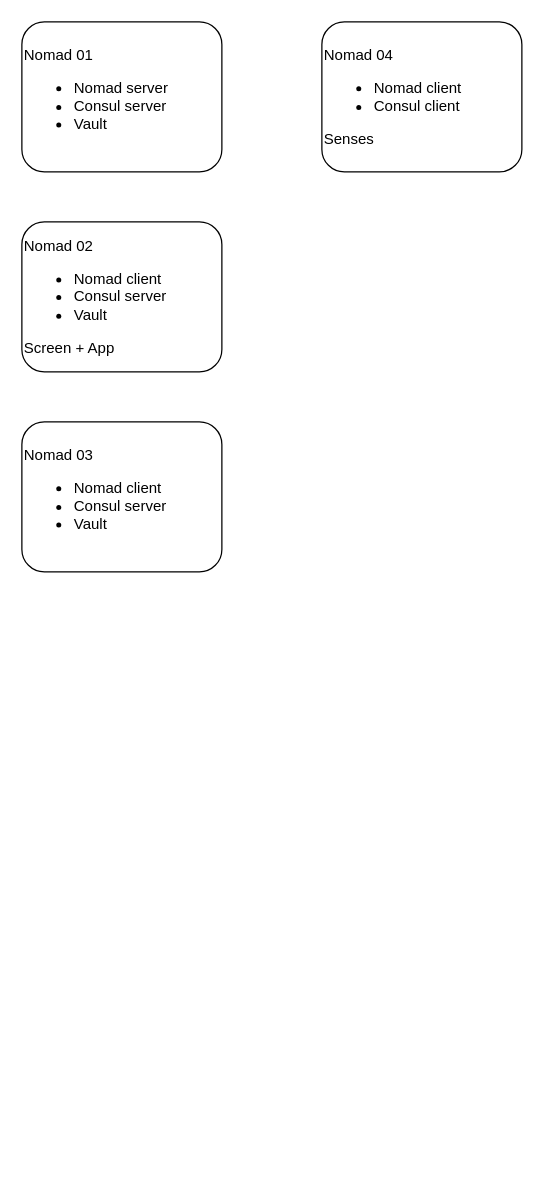
Above: img/MyNomad_Architecture.drawio in alexsola/MyNomad (draw.io), before the change. Source tidied: cells renumbered, new cells numbered last; positions are measured from the earlier drawing's top-left corner, leaving out a move shared by most shapes. Both pictures are drawn from the tidied source at 125%, with x=0, y=0 at pixel (21, 21).
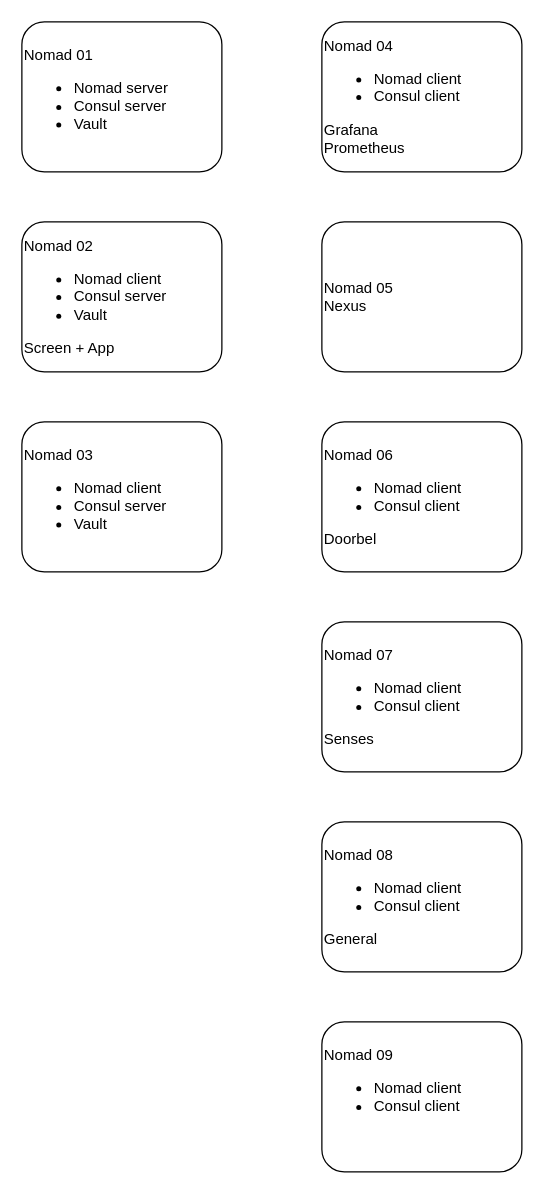
The same page after the edit.

Diff of the diagram source:
```diff
@@
 <mxGraphModel>
   <root>
     <mxCell id="0" />
     <mxCell id="1" parent="0" />
     <mxCell id="2" value="&lt;div align=&quot;left&quot;&gt;Nomad 01&lt;/div&gt;&lt;div align=&quot;left&quot;&gt;&lt;ul&gt;&lt;li&gt;Nomad server&lt;/li&gt;&lt;li&gt;Consul server&lt;/li&gt;&lt;li&gt;Vault&lt;br&gt;&lt;/li&gt;&lt;/ul&gt;&lt;/div&gt;" style="rounded=1;whiteSpace=wrap;html=1;align=left;" parent="1" vertex="1">
       <mxGeometry width="160" height="120" as="geometry" />
     </mxCell>
     <mxCell id="3" value="&lt;div align=&quot;left&quot;&gt;Nomad 02&lt;/div&gt;&lt;div align=&quot;left&quot;&gt;&lt;ul&gt;&lt;li&gt;Nomad client&lt;/li&gt;&lt;li&gt;Consul server&lt;/li&gt;&lt;li&gt;Vault&lt;/li&gt;&lt;/ul&gt;&lt;div&gt;Screen + App&lt;br&gt;&lt;/div&gt;&lt;/div&gt;" style="rounded=1;whiteSpace=wrap;html=1;align=left;" parent="1" vertex="1">
       <mxGeometry y="160" width="160" height="120" as="geometry" />
     </mxCell>
     <mxCell id="4" value="&lt;div align=&quot;left&quot;&gt;Nomad 03&lt;/div&gt;&lt;div align=&quot;left&quot;&gt;&lt;ul&gt;&lt;li&gt;Nomad client&lt;/li&gt;&lt;li&gt;Consul server&lt;/li&gt;&lt;li&gt;Vault&lt;br&gt;&lt;/li&gt;&lt;/ul&gt;&lt;/div&gt;" style="rounded=1;whiteSpace=wrap;html=1;align=left;" parent="1" vertex="1">
       <mxGeometry y="320" width="160" height="120" as="geometry" />
     </mxCell>
-    <mxCell id="5" value="&lt;div align=&quot;left&quot;&gt;Nomad 04&lt;/div&gt;&lt;div align=&quot;left&quot;&gt;&lt;ul&gt;&lt;li&gt;Nomad client&lt;/li&gt;&lt;li&gt;Consul client&lt;/li&gt;&lt;/ul&gt;&lt;div&gt;Senses&lt;br&gt;&lt;/div&gt;&lt;/div&gt;" style="rounded=1;whiteSpace=wrap;html=1;align=left;" parent="1" vertex="1">
+    <mxCell id="5" value="&lt;div align=&quot;left&quot;&gt;Nomad 04&lt;/div&gt;&lt;div align=&quot;left&quot;&gt;&lt;ul&gt;&lt;li&gt;Nomad client&lt;/li&gt;&lt;li&gt;Consul client&lt;/li&gt;&lt;/ul&gt;&lt;div&gt;Grafana&lt;/div&gt;&lt;div&gt;Prometheus&lt;br&gt;&lt;/div&gt;&lt;/div&gt;" style="rounded=1;whiteSpace=wrap;html=1;align=left;" parent="1" vertex="1">
       <mxGeometry x="240" width="160" height="120" as="geometry" />
     </mxCell>
+    <mxCell id="6" value="&lt;div align=&quot;left&quot;&gt;Nomad 05&lt;div&gt;Nexus&lt;br&gt;&lt;/div&gt;&lt;/div&gt;" style="rounded=1;whiteSpace=wrap;html=1;align=left;" parent="1" vertex="1">
+      <mxGeometry x="240" y="160" width="160" height="120" as="geometry" />
+    </mxCell>
+    <mxCell id="7" value="&lt;div align=&quot;left&quot;&gt;Nomad 06&lt;/div&gt;&lt;div align=&quot;left&quot;&gt;&lt;ul&gt;&lt;li&gt;Nomad client&lt;/li&gt;&lt;li&gt;Consul client&lt;/li&gt;&lt;/ul&gt;&lt;div&gt;Doorbel&lt;br&gt;&lt;/div&gt;&lt;/div&gt;" style="rounded=1;whiteSpace=wrap;html=1;align=left;" parent="1" vertex="1">
+      <mxGeometry x="240" y="320" width="160" height="120" as="geometry" />
+    </mxCell>
+    <mxCell id="8" value="&lt;div align=&quot;left&quot;&gt;Nomad 07&lt;/div&gt;&lt;div align=&quot;left&quot;&gt;&lt;ul&gt;&lt;li&gt;Nomad client&lt;/li&gt;&lt;li&gt;Consul client&lt;/li&gt;&lt;/ul&gt;&lt;div&gt;Senses&lt;br&gt;&lt;/div&gt;&lt;/div&gt;" style="rounded=1;whiteSpace=wrap;html=1;align=left;" parent="1" vertex="1">
+      <mxGeometry x="240" y="480" width="160" height="120" as="geometry" />
+    </mxCell>
+    <mxCell id="9" value="&lt;div align=&quot;left&quot;&gt;Nomad 08&lt;/div&gt;&lt;div align=&quot;left&quot;&gt;&lt;ul&gt;&lt;li&gt;Nomad client&lt;/li&gt;&lt;li&gt;Consul client&lt;/li&gt;&lt;/ul&gt;&lt;div&gt;General&lt;br&gt;&lt;/div&gt;&lt;/div&gt;" style="rounded=1;whiteSpace=wrap;html=1;align=left;" parent="1" vertex="1">
+      <mxGeometry x="240" y="640" width="160" height="120" as="geometry" />
+    </mxCell>
+    <mxCell id="10" value="&lt;div align=&quot;left&quot;&gt;Nomad 09&lt;/div&gt;&lt;div align=&quot;left&quot;&gt;&lt;ul&gt;&lt;li&gt;Nomad client&lt;/li&gt;&lt;li&gt;Consul client&lt;/li&gt;&lt;/ul&gt;&lt;div&gt;&lt;br&gt;&lt;/div&gt;&lt;/div&gt;" style="rounded=1;whiteSpace=wrap;html=1;align=left;" parent="1" vertex="1">
+      <mxGeometry x="240" y="800" width="160" height="120" as="geometry" />
+    </mxCell>
   </root>
 </mxGraphModel>
```
